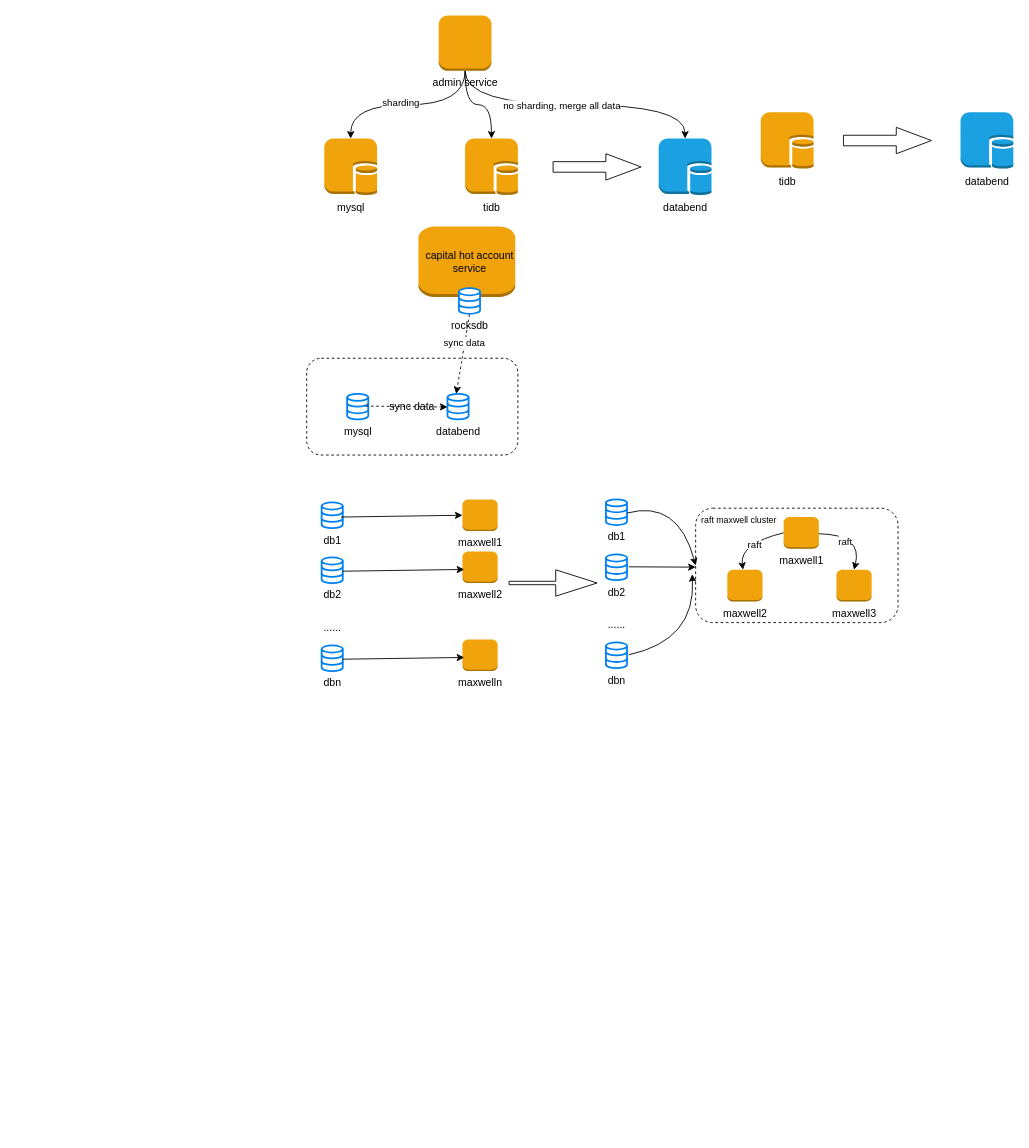
This is doc/migrate-to-databend.drawio from jackjoesh/databend, a draw.io file, before an edit. Source tidied: cells renumbered, new cells numbered last; positions are measured from the earlier drawing's top-left corner, leaving out a move shared by most shapes. Both pictures are drawn from the tidied source at 88%, with x=0, y=0 at pixel (306, 15).
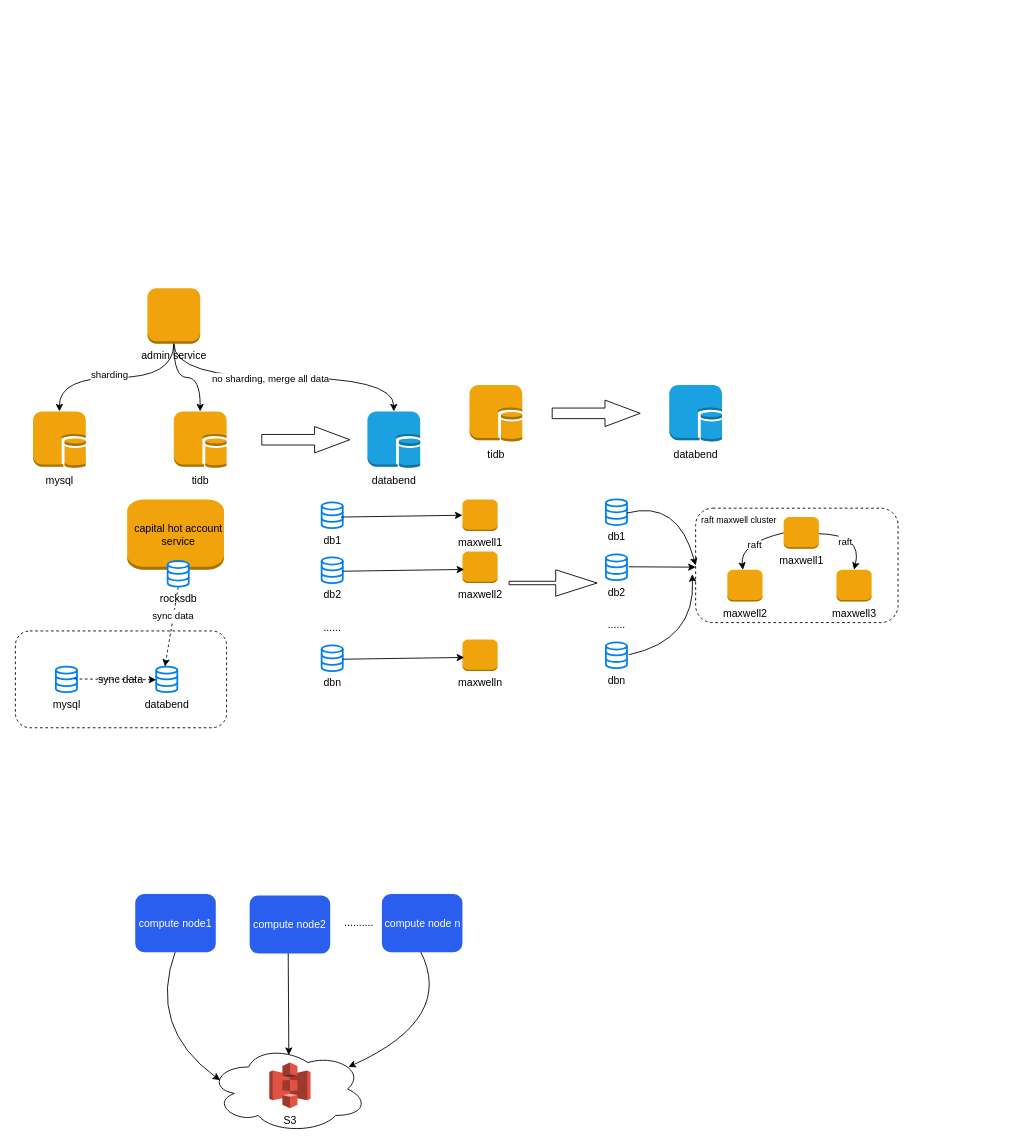
The same diagram, later.

Diff of the diagram source:
```diff
@@
     <mxCell id="6" value="admin service" style="outlineConnect=0;dashed=0;verticalLabelPosition=bottom;verticalAlign=top;align=center;html=1;shape=mxgraph.aws3.instance;fillColor=#f0a30a;fontColor=#000000;strokeColor=#BD7000;" parent="1" vertex="1">
-      <mxGeometry x="150" width="60" height="63" as="geometry" />
+      <mxGeometry x="-181" y="310" width="60" height="63" as="geometry" />
     </mxCell>
     <mxCell id="7" value="mysql" style="outlineConnect=0;dashed=0;verticalLabelPosition=bottom;verticalAlign=top;align=center;html=1;shape=mxgraph.aws3.db_on_instance;fillColor=#f0a30a;fontColor=#000000;strokeColor=#BD7000;" parent="1" vertex="1">
-      <mxGeometry x="20" y="140" width="60" height="64.5" as="geometry" />
+      <mxGeometry x="-311" y="450" width="60" height="64.5" as="geometry" />
     </mxCell>
     <mxCell id="8" value="databend" style="outlineConnect=0;dashed=0;verticalLabelPosition=bottom;verticalAlign=top;align=center;html=1;shape=mxgraph.aws3.db_on_instance;fillColor=#1ba1e2;fontColor=#000000;strokeColor=#006EAF;" parent="1" vertex="1">
-      <mxGeometry x="400" y="140" width="60" height="64.5" as="geometry" />
+      <mxGeometry x="69" y="450" width="60" height="64.5" as="geometry" />
     </mxCell>
     <mxCell id="9" value="tidb" style="outlineConnect=0;dashed=0;verticalLabelPosition=bottom;verticalAlign=top;align=center;html=1;shape=mxgraph.aws3.db_on_instance;fillColor=#f0a30a;fontColor=#000000;strokeColor=#BD7000;" parent="1" vertex="1">
-      <mxGeometry x="180" y="140" width="60" height="64.5" as="geometry" />
+      <mxGeometry x="-151" y="450" width="60" height="64.5" as="geometry" />
     </mxCell>
@@
     <mxCell id="11" style="html=1;shadow=0;dashed=0;align=center;verticalAlign=middle;shape=mxgraph.arrows2.arrow;dy=0.6;dx=40;notch=0;" parent="1" vertex="1">
-      <mxGeometry x="280" y="157.2" width="100" height="30" as="geometry" />
+      <mxGeometry x="-51" y="467.2" width="100" height="30" as="geometry" />
     </mxCell>
     <mxCell id="12" value="tidb" style="dashed=0;verticalLabelPosition=bottom;verticalAlign=top;align=center;html=1;shape=mxgraph.aws3.db_on_instance;fillColor=#f0a30a;fontColor=#000000;strokeColor=#BD7000;" parent="1" vertex="1">
-      <mxGeometry x="516" y="110" width="60" height="64.5" as="geometry" />
+      <mxGeometry x="185" y="420" width="60" height="64.5" as="geometry" />
     </mxCell>
     <mxCell id="13" style="html=1;shadow=0;dashed=0;align=center;verticalAlign=middle;shape=mxgraph.arrows2.arrow;dy=0.6;dx=40;notch=0;" parent="1" vertex="1">
-      <mxGeometry x="610" y="127.2" width="100" height="30" as="geometry" />
+      <mxGeometry x="279" y="437.2" width="100" height="30" as="geometry" />
     </mxCell>
     <mxCell id="14" value="databend" style="dashed=0;verticalLabelPosition=bottom;verticalAlign=top;align=center;html=1;shape=mxgraph.aws3.db_on_instance;fillColor=#1ba1e2;fontColor=#000000;strokeColor=#006EAF;" parent="1" vertex="1">
-      <mxGeometry x="743" y="110" width="60" height="64.5" as="geometry" />
+      <mxGeometry x="412" y="420" width="60" height="64.5" as="geometry" />
     </mxCell>
     <mxCell id="15" style="dashed=0;verticalLabelPosition=bottom;verticalAlign=top;align=center;html=1;shape=mxgraph.aws3.instance;fillColor=#f0a30a;fontColor=#000000;strokeColor=#BD7000;" parent="1" vertex="1">
-      <mxGeometry x="127" y="240" width="110" height="80" as="geometry" />
+      <mxGeometry x="-204" y="550" width="110" height="80" as="geometry" />
     </mxCell>
     <mxCell id="16" value="rocksdb" style="html=1;verticalLabelPosition=bottom;align=center;labelBackgroundColor=#ffffff;verticalAlign=top;strokeWidth=2;strokeColor=#0080F0;shadow=0;dashed=0;shape=mxgraph.ios7.icons.data;" parent="1" vertex="1">
-      <mxGeometry x="173" y="310" width="24" height="29.1" as="geometry" />
+      <mxGeometry x="-158" y="620" width="24" height="29.1" as="geometry" />
     </mxCell>
     <mxCell id="17" value="sync data" style="rounded=1;whiteSpace=wrap;html=1;dashed=1;" parent="1" vertex="1">
-      <mxGeometry y="389.6" width="240" height="110" as="geometry" />
+      <mxGeometry x="-331" y="699.5" width="240" height="110" as="geometry" />
     </mxCell>
     <mxCell id="18" value="mysql" style="html=1;verticalLabelPosition=bottom;align=center;labelBackgroundColor=#ffffff;verticalAlign=top;strokeWidth=2;strokeColor=#0080F0;shadow=0;dashed=0;shape=mxgraph.ios7.icons.data;" parent="1" vertex="1">
-      <mxGeometry x="46" y="430" width="24" height="29.1" as="geometry" />
+      <mxGeometry x="-285" y="740" width="24" height="29.1" as="geometry" />
     </mxCell>
     <mxCell id="19" value="databend" style="html=1;verticalLabelPosition=bottom;align=center;labelBackgroundColor=#ffffff;verticalAlign=top;strokeWidth=2;strokeColor=#0080F0;shadow=0;dashed=0;shape=mxgraph.ios7.icons.data;" parent="1" vertex="1">
-      <mxGeometry x="160" y="430" width="24" height="29.1" as="geometry" />
+      <mxGeometry x="-171" y="740" width="24" height="29.1" as="geometry" />
     </mxCell>
@@
     <mxCell id="21" value="capital hot account &lt;br&gt;service" style="text;html=1;align=center;verticalAlign=middle;strokeColor=none;fillColor=none;" parent="1" vertex="1">
-      <mxGeometry x="125" y="260" width="120" height="40" as="geometry" />
+      <mxGeometry x="-206" y="570" width="120" height="40" as="geometry" />
     </mxCell>
     <mxCell id="22" style="endArrow=classic;html=1;entryX=0.708;entryY=0.368;entryDx=0;entryDy=0;entryPerimeter=0;dashed=1;curved=1;" parent="1" edge="1" target="17">
       <mxGeometry relative="1" as="geometry">
-        <mxPoint x="185" y="340" as="sourcePoint" />
+        <mxPoint x="-146" y="650" as="sourcePoint" />
       </mxGeometry>
     </mxCell>
@@
+    <mxCell id="51" style="ellipse;shape=cloud;whiteSpace=wrap;html=1;" parent="1" vertex="1">
+      <mxGeometry x="-111" y="1170" width="180" height="100" as="geometry" />
+    </mxCell>
+    <mxCell id="52" style="endArrow=classic;html=1;entryX=0.07;entryY=0.4;entryDx=0;entryDy=0;entryPerimeter=0;exitX=0.5;exitY=1;exitDx=0;exitDy=0;exitPerimeter=0;curved=1;" parent="1" edge="1" target="51">
+      <mxGeometry relative="1" as="geometry">
+        <mxPoint x="-149" y="1063" as="sourcePoint" />
+        <Array as="points">
+          <mxPoint x="-181" y="1150" />
+        </Array>
+      </mxGeometry>
+    </mxCell>
+    <mxCell id="53" style="endArrow=classic;html=1;rounded=0;exitX=0.5;exitY=1;exitDx=0;exitDy=0;exitPerimeter=0;entryX=0.504;entryY=0.113;entryDx=0;entryDy=0;entryPerimeter=0;" parent="1" edge="1" target="51">
+      <mxGeometry relative="1" as="geometry">
+        <mxPoint x="-21" y="1063" as="sourcePoint" />
+      </mxGeometry>
+    </mxCell>
+    <mxCell id="54" style="endArrow=classic;html=1;exitX=0.5;exitY=1;exitDx=0;exitDy=0;exitPerimeter=0;entryX=0.88;entryY=0.25;entryDx=0;entryDy=0;entryPerimeter=0;curved=1;" parent="1" edge="1" target="51">
+      <mxGeometry relative="1" as="geometry">
+        <mxPoint x="129" y="1063" as="sourcePoint" />
+        <Array as="points">
+          <mxPoint x="169" y="1140" />
+        </Array>
+      </mxGeometry>
+    </mxCell>
+    <mxCell id="55" value=".........." style="text;whiteSpace=wrap;" parent="1" vertex="1">
+      <mxGeometry x="41" y="1016.5" width="42" height="30" as="geometry" />
+    </mxCell>
+    <mxCell id="56" value="compute node1" style="rounded=1;whiteSpace=wrap;html=1;fillColor=#295EEF;fontColor=#ffffff;strokeColor=none;" parent="1" vertex="1">
+      <mxGeometry x="-194.8" y="998.5" width="91.5" height="66" as="geometry" />
+    </mxCell>
+    <mxCell id="57" value="compute node2" style="rounded=1;whiteSpace=wrap;html=1;fillColor=#295EEF;fontColor=#ffffff;strokeColor=none;" parent="1" vertex="1">
+      <mxGeometry x="-64.8" y="1000" width="91.5" height="66" as="geometry" />
+    </mxCell>
+    <mxCell id="58" value="compute node n" style="rounded=1;whiteSpace=wrap;html=1;fillColor=#295EEF;fontColor=#ffffff;strokeColor=none;" parent="1" vertex="1">
+      <mxGeometry x="85.5" y="998.5" width="91.5" height="66" as="geometry" />
+    </mxCell>
+    <mxCell id="59" value="S3" style="dashed=0;verticalLabelPosition=bottom;verticalAlign=top;align=center;html=1;shape=mxgraph.aws3.s3;fillColor=#E05243;gradientColor=none;" parent="1" vertex="1">
+      <mxGeometry x="-42.4" y="1190" width="46.8" height="52" as="geometry" />
+    </mxCell>
```
